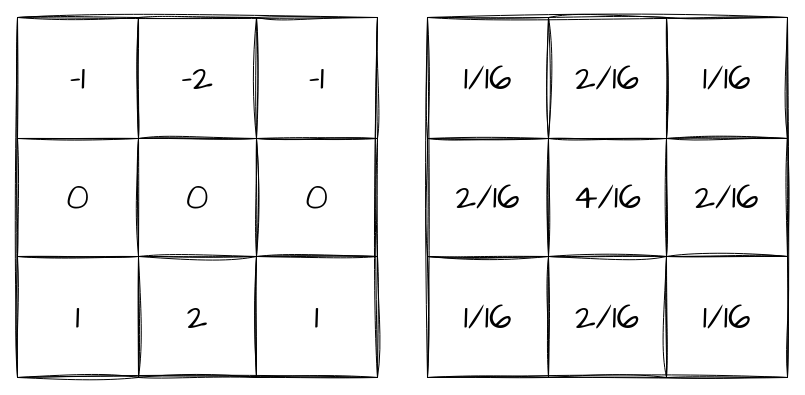
The draw.io diagram page "ch2" (2 of 21) of figs.drawio in 225ceV/tiny, before the edit. Source tidied: cells renumbered, new cells numbered last; positions are measured from the earlier drawing's top-left corner, leaving out a move shared by most shapes. Both pictures are drawn from the tidied source at 100%, with x=0, y=0 at pixel (17, 17).
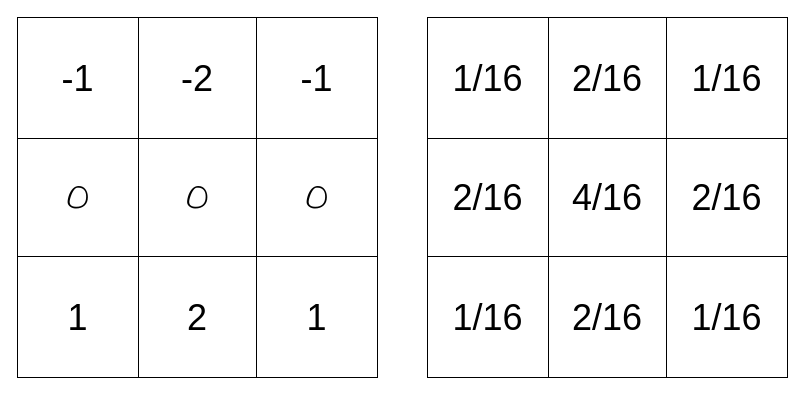
The same page after the edit.

The edit, as a diff of the source:
```diff
@@
-    <mxCell id="2" style="childLayout=tableLayout;shadow=0;fillColor=none;sketch=1;curveFitting=1;jiggle=2;" parent="1" vertex="1">
+    <mxCell id="2" style="childLayout=tableLayout;shadow=0;fillColor=none;fontFamily=Helvetica;" parent="1" vertex="1">
       <mxGeometry width="360" height="360" as="geometry" />
     </mxCell>
-    <mxCell id="3" style="shape=tableRow;horizontal=0;startSize=0;swimlaneHead=0;swimlaneBody=0;top=0;left=0;bottom=0;right=0;fontStyle=0;fillColor=none;strokeColor=inherit;sketch=1;curveFitting=1;jiggle=2;" parent="2" vertex="1">
+    <mxCell id="3" style="shape=tableRow;horizontal=0;startSize=0;swimlaneHead=0;swimlaneBody=0;top=0;left=0;bottom=0;right=0;fontStyle=0;fillColor=none;strokeColor=inherit;" parent="2" vertex="1">
       <mxGeometry width="360" height="121" as="geometry" />
     </mxCell>
-    <mxCell id="4" value="&lt;font style=&quot;font-size: 36px;&quot; face=&quot;Comic Sans MS&quot;&gt;-1&lt;/font&gt;" style="strokeColor=inherit;fillColor=none;align=center;whiteSpace=wrap;html=1;sketch=1;curveFitting=1;jiggle=2;" parent="3" vertex="1">
+    <mxCell id="4" value="&lt;font style=&quot;font-size: 36px;&quot;&gt;-1&lt;/font&gt;" style="strokeColor=inherit;fillColor=none;align=center;whiteSpace=wrap;html=1;" parent="3" vertex="1">
       <mxGeometry width="121" height="121" as="geometry" />
     </mxCell>
-    <mxCell id="5" value="&lt;font face=&quot;Comic Sans MS&quot; style=&quot;font-size: 36px;&quot;&gt;-2&lt;/font&gt;" style="strokeColor=inherit;fillColor=none;align=center;whiteSpace=wrap;html=1;sketch=1;curveFitting=1;jiggle=2;" parent="3" vertex="1">
+    <mxCell id="5" value="&lt;font style=&quot;font-size: 36px;&quot;&gt;-2&lt;/font&gt;" style="strokeColor=inherit;fillColor=none;align=center;whiteSpace=wrap;html=1;" parent="3" vertex="1">
       <mxGeometry x="121" width="118" height="121" as="geometry" />
     </mxCell>
-    <mxCell id="6" value="&lt;font style=&quot;font-size: 36px;&quot; face=&quot;Comic Sans MS&quot;&gt;-1&lt;/font&gt;" style="strokeColor=inherit;fillColor=none;align=center;whiteSpace=wrap;html=1;sketch=1;curveFitting=1;jiggle=2;" parent="3" vertex="1">
+    <mxCell id="6" value="&lt;font style=&quot;font-size: 36px;&quot;&gt;-1&lt;/font&gt;" style="strokeColor=inherit;fillColor=none;align=center;whiteSpace=wrap;html=1;" parent="3" vertex="1">
       <mxGeometry x="239" width="121" height="121" as="geometry" />
     </mxCell>
-    <mxCell id="7" style="shape=tableRow;horizontal=0;startSize=0;swimlaneHead=0;swimlaneBody=0;top=0;left=0;bottom=0;right=0;fontStyle=0;fillColor=none;strokeColor=inherit;sketch=1;curveFitting=1;jiggle=2;" parent="2" vertex="1">
+    <mxCell id="7" style="shape=tableRow;horizontal=0;startSize=0;swimlaneHead=0;swimlaneBody=0;top=0;left=0;bottom=0;right=0;fontStyle=0;fillColor=none;strokeColor=inherit;" parent="2" vertex="1">
       <mxGeometry y="121" width="360" height="118" as="geometry" />
     </mxCell>
-    <mxCell id="8" value="&lt;font style=&quot;font-size: 36px;&quot; face=&quot;Comic Sans MS&quot;&gt;0&lt;/font&gt;" style="strokeColor=inherit;fillColor=none;align=center;whiteSpace=wrap;html=1;sketch=1;curveFitting=1;jiggle=2;" parent="7" vertex="1">
+    <mxCell id="8" value="&lt;font style=&quot;font-size: 36px;&quot; face=&quot;Comic Sans MS&quot;&gt;0&lt;/font&gt;" style="strokeColor=inherit;fillColor=none;align=center;whiteSpace=wrap;html=1;" parent="7" vertex="1">
       <mxGeometry width="121" height="118" as="geometry" />
     </mxCell>
-    <mxCell id="9" value="&lt;font style=&quot;font-size: 36px;&quot; face=&quot;Comic Sans MS&quot;&gt;0&lt;/font&gt;" style="strokeColor=inherit;fillColor=none;align=center;whiteSpace=wrap;html=1;sketch=1;curveFitting=1;jiggle=2;" parent="7" vertex="1">
+    <mxCell id="9" value="&lt;font style=&quot;font-size: 36px;&quot; face=&quot;Comic Sans MS&quot;&gt;0&lt;/font&gt;" style="strokeColor=inherit;fillColor=none;align=center;whiteSpace=wrap;html=1;" parent="7" vertex="1">
       <mxGeometry x="121" width="118" height="118" as="geometry" />
     </mxCell>
-    <mxCell id="10" value="&lt;font style=&quot;font-size: 36px;&quot; face=&quot;Comic Sans MS&quot;&gt;0&lt;/font&gt;" style="strokeColor=inherit;fillColor=none;align=center;whiteSpace=wrap;html=1;sketch=1;curveFitting=1;jiggle=2;" parent="7" vertex="1">
+    <mxCell id="10" value="&lt;font style=&quot;font-size: 36px;&quot; face=&quot;Comic Sans MS&quot;&gt;0&lt;/font&gt;" style="strokeColor=inherit;fillColor=none;align=center;whiteSpace=wrap;html=1;" parent="7" vertex="1">
       <mxGeometry x="239" width="121" height="118" as="geometry" />
     </mxCell>
-    <mxCell id="11" style="shape=tableRow;horizontal=0;startSize=0;swimlaneHead=0;swimlaneBody=0;top=0;left=0;bottom=0;right=0;fontStyle=0;fillColor=none;strokeColor=inherit;sketch=1;curveFitting=1;jiggle=2;" parent="2" vertex="1">
+    <mxCell id="11" style="shape=tableRow;horizontal=0;startSize=0;swimlaneHead=0;swimlaneBody=0;top=0;left=0;bottom=0;right=0;fontStyle=0;fillColor=none;strokeColor=inherit;" parent="2" vertex="1">
       <mxGeometry y="239" width="360" height="121" as="geometry" />
     </mxCell>
-    <mxCell id="12" value="&lt;font style=&quot;font-size: 36px;&quot; face=&quot;Comic Sans MS&quot;&gt;1&lt;/font&gt;" style="strokeColor=inherit;fillColor=none;align=center;whiteSpace=wrap;html=1;sketch=1;curveFitting=1;jiggle=2;" parent="11" vertex="1">
+    <mxCell id="12" value="&lt;font style=&quot;font-size: 36px;&quot;&gt;1&lt;/font&gt;" style="strokeColor=inherit;fillColor=none;align=center;whiteSpace=wrap;html=1;" parent="11" vertex="1">
       <mxGeometry width="121" height="121" as="geometry" />
     </mxCell>
-    <mxCell id="13" value="&lt;font style=&quot;font-size: 36px;&quot; face=&quot;Comic Sans MS&quot;&gt;2&lt;/font&gt;" style="strokeColor=inherit;fillColor=none;align=center;whiteSpace=wrap;html=1;sketch=1;curveFitting=1;jiggle=2;" parent="11" vertex="1">
+    <mxCell id="13" value="&lt;font style=&quot;font-size: 36px;&quot;&gt;2&lt;/font&gt;" style="strokeColor=inherit;fillColor=none;align=center;whiteSpace=wrap;html=1;" parent="11" vertex="1">
       <mxGeometry x="121" width="118" height="121" as="geometry" />
     </mxCell>
-    <mxCell id="14" value="&lt;font style=&quot;font-size: 36px;&quot; face=&quot;Comic Sans MS&quot;&gt;1&lt;/font&gt;" style="strokeColor=inherit;fillColor=none;align=center;whiteSpace=wrap;html=1;sketch=1;curveFitting=1;jiggle=2;" parent="11" vertex="1">
+    <mxCell id="14" value="&lt;font style=&quot;font-size: 36px;&quot;&gt;1&lt;/font&gt;" style="strokeColor=inherit;fillColor=none;align=center;whiteSpace=wrap;html=1;" parent="11" vertex="1">
       <mxGeometry x="239" width="121" height="121" as="geometry" />
     </mxCell>
-    <mxCell id="15" style="childLayout=tableLayout;shadow=0;fillColor=none;sketch=1;curveFitting=1;jiggle=2;" parent="1" vertex="1">
+    <mxCell id="15" style="childLayout=tableLayout;shadow=0;fillColor=none;fontFamily=Helvetica;" parent="1" vertex="1">
       <mxGeometry x="410" width="360" height="360" as="geometry" />
     </mxCell>
-    <mxCell id="16" style="shape=tableRow;horizontal=0;startSize=0;swimlaneHead=0;swimlaneBody=0;top=0;left=0;bottom=0;right=0;fontStyle=0;fillColor=none;strokeColor=inherit;sketch=1;curveFitting=1;jiggle=2;" parent="15" vertex="1">
+    <mxCell id="16" style="shape=tableRow;horizontal=0;startSize=0;swimlaneHead=0;swimlaneBody=0;top=0;left=0;bottom=0;right=0;fontStyle=0;fillColor=none;strokeColor=inherit;" parent="15" vertex="1">
       <mxGeometry width="360" height="121" as="geometry" />
     </mxCell>
-    <mxCell id="17" value="&lt;font face=&quot;Comic Sans MS&quot; style=&quot;font-size: 36px;&quot;&gt;1/16&lt;/font&gt;" style="strokeColor=inherit;fillColor=none;align=center;whiteSpace=wrap;html=1;sketch=1;curveFitting=1;jiggle=2;" parent="16" vertex="1">
+    <mxCell id="17" value="&lt;font style=&quot;font-size: 36px;&quot;&gt;1/16&lt;/font&gt;" style="strokeColor=inherit;fillColor=none;align=center;whiteSpace=wrap;html=1;" parent="16" vertex="1">
       <mxGeometry width="121" height="121" as="geometry" />
     </mxCell>
-    <mxCell id="18" value="&lt;font face=&quot;Comic Sans MS&quot; style=&quot;font-size: 36px;&quot;&gt;2/16&lt;/font&gt;" style="strokeColor=inherit;fillColor=none;align=center;whiteSpace=wrap;html=1;sketch=1;curveFitting=1;jiggle=2;" parent="16" vertex="1">
+    <mxCell id="18" value="&lt;font style=&quot;font-size: 36px;&quot;&gt;2/16&lt;/font&gt;" style="strokeColor=inherit;fillColor=none;align=center;whiteSpace=wrap;html=1;" parent="16" vertex="1">
       <mxGeometry x="121" width="118" height="121" as="geometry" />
     </mxCell>
-    <mxCell id="19" value="&lt;font style=&quot;font-size: 36px;&quot; face=&quot;Comic Sans MS&quot;&gt;1/16&lt;/font&gt;" style="strokeColor=inherit;fillColor=none;align=center;whiteSpace=wrap;html=1;sketch=1;curveFitting=1;jiggle=2;" parent="16" vertex="1">
+    <mxCell id="19" value="&lt;font style=&quot;font-size: 36px;&quot;&gt;1/16&lt;/font&gt;" style="strokeColor=inherit;fillColor=none;align=center;whiteSpace=wrap;html=1;" parent="16" vertex="1">
       <mxGeometry x="239" width="121" height="121" as="geometry" />
     </mxCell>
-    <mxCell id="20" style="shape=tableRow;horizontal=0;startSize=0;swimlaneHead=0;swimlaneBody=0;top=0;left=0;bottom=0;right=0;fontStyle=0;fillColor=none;strokeColor=inherit;sketch=1;curveFitting=1;jiggle=2;" parent="15" vertex="1">
+    <mxCell id="20" style="shape=tableRow;horizontal=0;startSize=0;swimlaneHead=0;swimlaneBody=0;top=0;left=0;bottom=0;right=0;fontStyle=0;fillColor=none;strokeColor=inherit;" parent="15" vertex="1">
       <mxGeometry y="121" width="360" height="118" as="geometry" />
     </mxCell>
-    <mxCell id="21" value="&lt;font style=&quot;font-size: 36px;&quot; face=&quot;Comic Sans MS&quot;&gt;2/16&lt;/font&gt;" style="strokeColor=inherit;fillColor=none;align=center;whiteSpace=wrap;html=1;sketch=1;curveFitting=1;jiggle=2;" parent="20" vertex="1">
+    <mxCell id="21" value="&lt;font style=&quot;font-size: 36px;&quot;&gt;2/16&lt;/font&gt;" style="strokeColor=inherit;fillColor=none;align=center;whiteSpace=wrap;html=1;" parent="20" vertex="1">
       <mxGeometry width="121" height="118" as="geometry" />
     </mxCell>
-    <mxCell id="22" value="&lt;font style=&quot;font-size: 36px;&quot; face=&quot;Comic Sans MS&quot;&gt;4/16&lt;/font&gt;" style="strokeColor=inherit;fillColor=none;align=center;whiteSpace=wrap;html=1;sketch=1;curveFitting=1;jiggle=2;" parent="20" vertex="1">
+    <mxCell id="22" value="&lt;font style=&quot;font-size: 36px;&quot;&gt;4/16&lt;/font&gt;" style="strokeColor=inherit;fillColor=none;align=center;whiteSpace=wrap;html=1;" parent="20" vertex="1">
       <mxGeometry x="121" width="118" height="118" as="geometry" />
     </mxCell>
-    <mxCell id="23" value="&lt;font face=&quot;Comic Sans MS&quot;&gt;&lt;span style=&quot;font-size: 36px;&quot;&gt;2/16&lt;/span&gt;&lt;/font&gt;" style="strokeColor=inherit;fillColor=none;align=center;whiteSpace=wrap;html=1;sketch=1;curveFitting=1;jiggle=2;" parent="20" vertex="1">
+    <mxCell id="23" value="&lt;span style=&quot;font-size: 36px;&quot;&gt;2/16&lt;/span&gt;" style="strokeColor=inherit;fillColor=none;align=center;whiteSpace=wrap;html=1;" parent="20" vertex="1">
       <mxGeometry x="239" width="121" height="118" as="geometry" />
     </mxCell>
-    <mxCell id="24" style="shape=tableRow;horizontal=0;startSize=0;swimlaneHead=0;swimlaneBody=0;top=0;left=0;bottom=0;right=0;fontStyle=0;fillColor=none;strokeColor=inherit;sketch=1;curveFitting=1;jiggle=2;" parent="15" vertex="1">
+    <mxCell id="24" style="shape=tableRow;horizontal=0;startSize=0;swimlaneHead=0;swimlaneBody=0;top=0;left=0;bottom=0;right=0;fontStyle=0;fillColor=none;strokeColor=inherit;" parent="15" vertex="1">
       <mxGeometry y="239" width="360" height="121" as="geometry" />
     </mxCell>
-    <mxCell id="25" value="&lt;font style=&quot;font-size: 36px;&quot; face=&quot;Comic Sans MS&quot;&gt;1/16&lt;/font&gt;" style="strokeColor=inherit;fillColor=none;align=center;whiteSpace=wrap;html=1;sketch=1;curveFitting=1;jiggle=2;" parent="24" vertex="1">
+    <mxCell id="25" value="&lt;font style=&quot;font-size: 36px;&quot;&gt;1/16&lt;/font&gt;" style="strokeColor=inherit;fillColor=none;align=center;whiteSpace=wrap;html=1;" parent="24" vertex="1">
       <mxGeometry width="121" height="121" as="geometry" />
     </mxCell>
-    <mxCell id="26" value="&lt;font style=&quot;font-size: 36px;&quot; face=&quot;Comic Sans MS&quot;&gt;2/16&lt;/font&gt;" style="strokeColor=inherit;fillColor=none;align=center;whiteSpace=wrap;html=1;sketch=1;curveFitting=1;jiggle=2;" parent="24" vertex="1">
+    <mxCell id="26" value="&lt;font style=&quot;font-size: 36px;&quot;&gt;2/16&lt;/font&gt;" style="strokeColor=inherit;fillColor=none;align=center;whiteSpace=wrap;html=1;" parent="24" vertex="1">
       <mxGeometry x="121" width="118" height="121" as="geometry" />
     </mxCell>
-    <mxCell id="27" value="&lt;font style=&quot;font-size: 36px;&quot; face=&quot;Comic Sans MS&quot;&gt;1/16&lt;/font&gt;" style="strokeColor=inherit;fillColor=none;align=center;whiteSpace=wrap;html=1;sketch=1;curveFitting=1;jiggle=2;" parent="24" vertex="1">
+    <mxCell id="27" value="&lt;font style=&quot;font-size: 36px;&quot;&gt;1/16&lt;/font&gt;" style="strokeColor=inherit;fillColor=none;align=center;whiteSpace=wrap;html=1;" parent="24" vertex="1">
       <mxGeometry x="239" width="121" height="121" as="geometry" />
     </mxCell>
```
